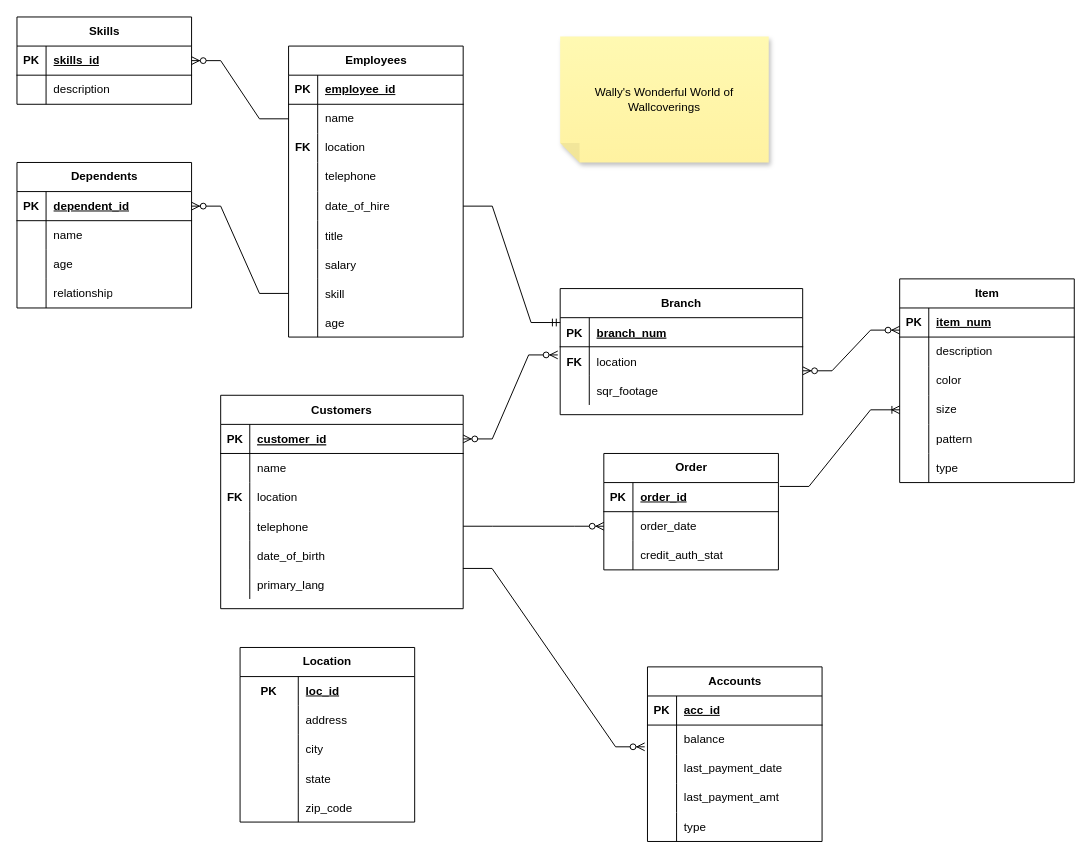
Above: wonderfulworldofwallcoverings.drawio in kaisunoo/Acads (draw.io), before the change. Source tidied: cells renumbered, new cells numbered last; positions are measured from the earlier drawing's top-left corner, leaving out a move shared by most shapes. Both pictures are drawn from the tidied source at 97%, with x=0, y=0 at pixel (16, 16).
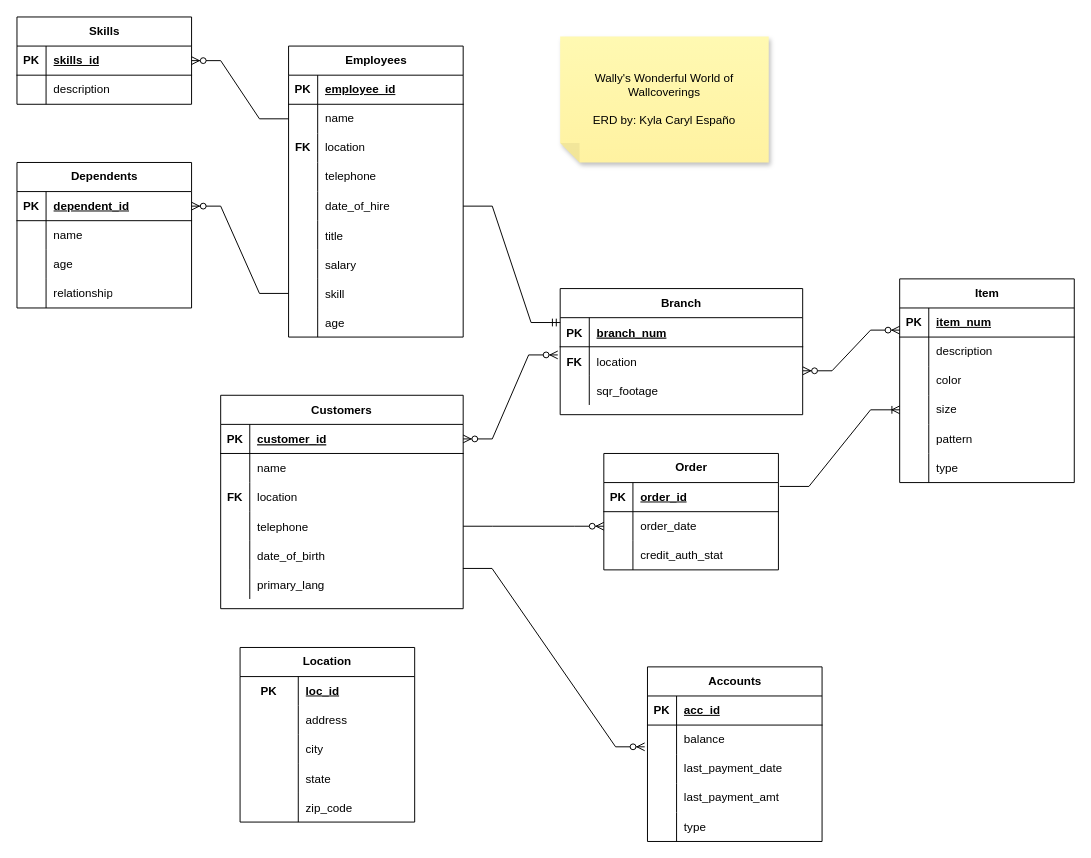
After the change.

The edit, as a diff of the source:
```diff
@@
-    <mxCell id="148" value="Wally's Wonderful World of Wallcoverings" style="shape=note;whiteSpace=wrap;html=1;backgroundOutline=1;fontColor=#000000;darkOpacity=0.05;fillColor=#FFF9B2;strokeColor=none;fillStyle=solid;direction=west;gradientDirection=north;gradientColor=#FFF2A1;shadow=1;size=20;" parent="1" vertex="1">
+    <mxCell id="148" value="Wally's Wonderful World of Wallcoverings&lt;br&gt;&lt;br&gt;ERD by: Kyla Caryl Españo" style="shape=note;whiteSpace=wrap;html=1;backgroundOutline=1;fontColor=#000000;darkOpacity=0.05;fillColor=#FFF9B2;strokeColor=none;fillStyle=solid;direction=west;gradientDirection=north;gradientColor=#FFF2A1;shadow=1;size=20;" parent="1" vertex="1">
       <mxGeometry x="560" y="20" width="215" height="130" as="geometry" />
     </mxCell>
```
